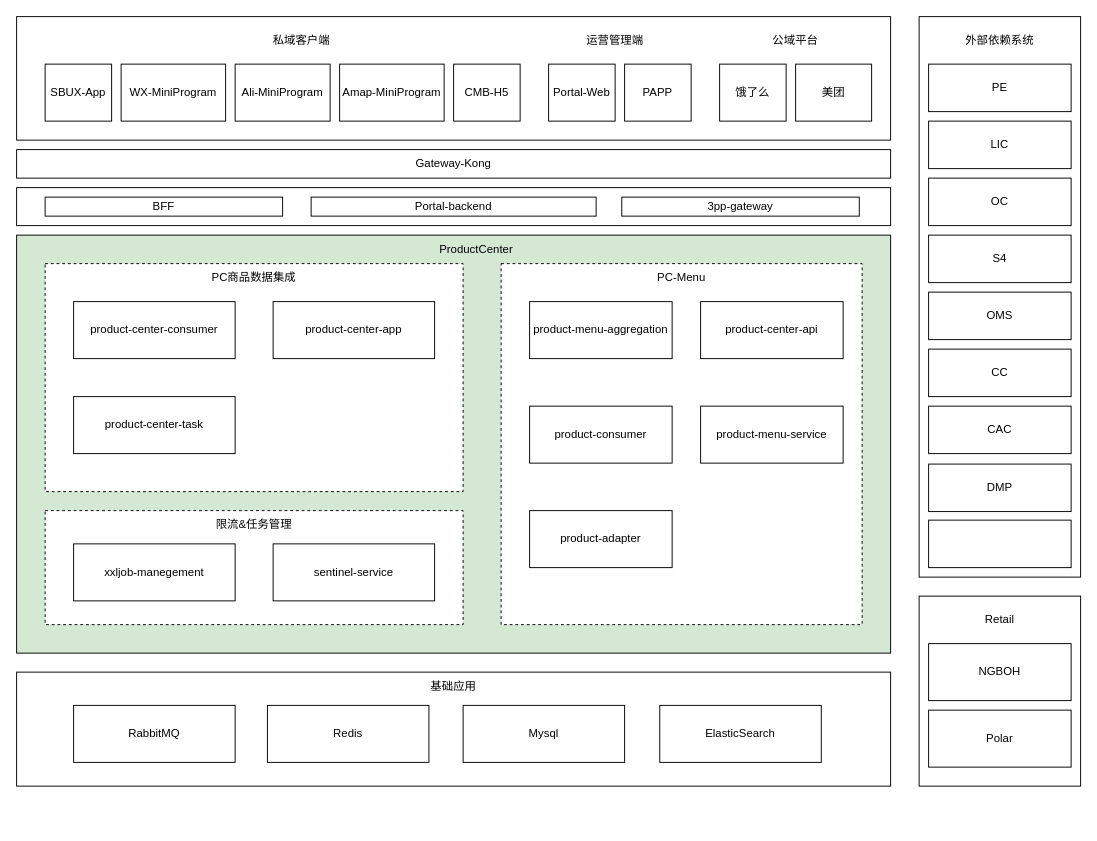
This is PC2.0技术架构.drawio from alexzhang2015/PC2.0, a draw.io file, before an edit. Source tidied: cells renumbered, new cells numbered last; positions are measured from the earlier drawing's top-left corner, leaving out a move shared by most shapes. Both pictures are drawn from the tidied source at 95%, with x=0, y=0 at pixel (16, 16).
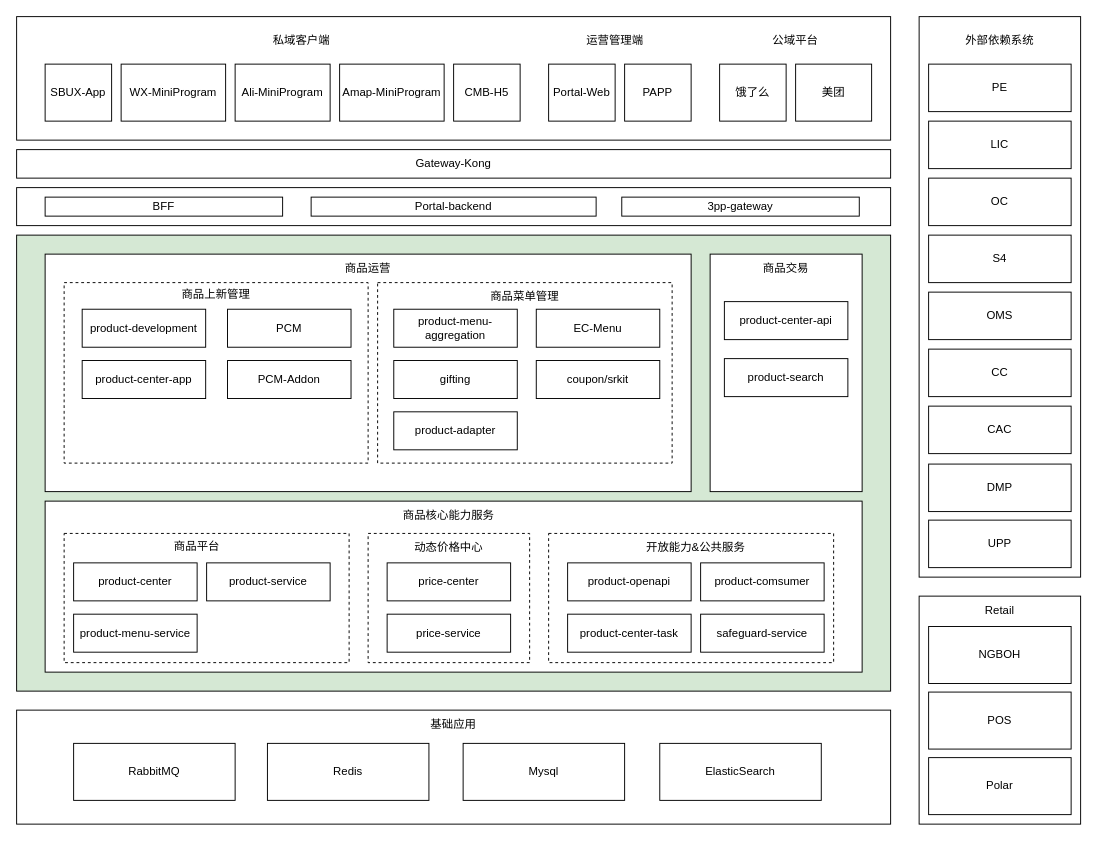
The same page after the edit.

Commit message:
更新PC2.0技术架构.drawio

Change to the diagram source:
```diff
@@
     <mxCell id="2" style="rounded=0;whiteSpace=wrap;html=1;fillColor=#D5E8D4;" parent="1" vertex="1">
-      <mxGeometry y="230" width="920" height="440" as="geometry" />
+      <mxGeometry y="230" width="920" height="480" as="geometry" />
     </mxCell>
-    <mxCell id="3" style="rounded=0;whiteSpace=wrap;html=1;dashed=1;" parent="1" vertex="1">
-      <mxGeometry x="510" y="260" width="380" height="380" as="geometry" />
+    <mxCell id="3" style="rounded=0;whiteSpace=wrap;html=1;" parent="1" vertex="1">
+      <mxGeometry x="730" y="250" width="160" height="250" as="geometry" />
     </mxCell>
-    <mxCell id="4" style="rounded=0;whiteSpace=wrap;html=1;dashed=1;" parent="1" vertex="1">
-      <mxGeometry x="30" y="260" width="440" height="240" as="geometry" />
+    <mxCell id="4" style="rounded=0;whiteSpace=wrap;html=1;" parent="1" vertex="1">
+      <mxGeometry x="30" y="250" width="680" height="250" as="geometry" />
     </mxCell>
-    <mxCell id="5" value="product-center-api" style="rounded=0;whiteSpace=wrap;html=1;" parent="1" vertex="1">
-      <mxGeometry x="720" y="300" width="150" height="60" as="geometry" />
-    </mxCell>
-    <mxCell id="6" value="product-menu-service" style="rounded=0;whiteSpace=wrap;html=1;" parent="1" vertex="1">
-      <mxGeometry x="720" y="410" width="150" height="60" as="geometry" />
-    </mxCell>
-    <mxCell id="7" value="product-menu-aggregation" style="rounded=0;whiteSpace=wrap;html=1;" parent="1" vertex="1">
-      <mxGeometry x="540" y="300" width="150" height="60" as="geometry" />
-    </mxCell>
-    <mxCell id="8" value="product-consumer" style="rounded=0;whiteSpace=wrap;html=1;" parent="1" vertex="1">
-      <mxGeometry x="540" y="410" width="150" height="60" as="geometry" />
-    </mxCell>
-    <mxCell id="9" value="product-adapter" style="rounded=0;whiteSpace=wrap;html=1;" parent="1" vertex="1">
-      <mxGeometry x="540" y="520" width="150" height="60" as="geometry" />
-    </mxCell>
-    <mxCell id="10" value="product-center-consumer" style="rounded=0;whiteSpace=wrap;html=1;" parent="1" vertex="1">
-      <mxGeometry x="60" y="300" width="170" height="60" as="geometry" />
-    </mxCell>
-    <mxCell id="11" value="product-center-app" style="rounded=0;whiteSpace=wrap;html=1;" parent="1" vertex="1">
-      <mxGeometry x="270" y="300" width="170" height="60" as="geometry" />
-    </mxCell>
-    <mxCell id="12" value="product-center-task" style="rounded=0;whiteSpace=wrap;html=1;" parent="1" vertex="1">
-      <mxGeometry x="60" y="400" width="170" height="60" as="geometry" />
-    </mxCell>
-    <mxCell id="13" style="rounded=0;whiteSpace=wrap;html=1;dashed=1;" parent="1" vertex="1">
-      <mxGeometry x="30" y="520" width="440" height="120" as="geometry" />
+    <mxCell id="13" style="rounded=0;whiteSpace=wrap;html=1;" parent="1" vertex="1">
+      <mxGeometry x="30" y="510" width="860" height="180" as="geometry" />
     </mxCell>
-    <mxCell id="14" value="xxljob-manegement" style="rounded=0;whiteSpace=wrap;html=1;" parent="1" vertex="1">
-      <mxGeometry x="60" y="555" width="170" height="60" as="geometry" />
-    </mxCell>
-    <mxCell id="15" value="sentinel-service" style="rounded=0;whiteSpace=wrap;html=1;" parent="1" vertex="1">
-      <mxGeometry x="270" y="555" width="170" height="60" as="geometry" />
-    </mxCell>
     <mxCell id="16" style="rounded=0;whiteSpace=wrap;html=1;" parent="1" vertex="1">
-      <mxGeometry y="690" width="920" height="120" as="geometry" />
+      <mxGeometry y="730" width="920" height="120" as="geometry" />
     </mxCell>
     <mxCell id="17" value="RabbitMQ" style="rounded=0;whiteSpace=wrap;html=1;" parent="1" vertex="1">
-      <mxGeometry x="60" y="725" width="170" height="60" as="geometry" />
+      <mxGeometry x="60" y="765" width="170" height="60" as="geometry" />
     </mxCell>
     <mxCell id="18" value="Redis" style="rounded=0;whiteSpace=wrap;html=1;" parent="1" vertex="1">
-      <mxGeometry x="264" y="725" width="170" height="60" as="geometry" />
+      <mxGeometry x="264" y="765" width="170" height="60" as="geometry" />
     </mxCell>
     <mxCell id="19" value="Mysql" style="rounded=0;whiteSpace=wrap;html=1;" parent="1" vertex="1">
-      <mxGeometry x="470" y="725" width="170" height="60" as="geometry" />
+      <mxGeometry x="470" y="765" width="170" height="60" as="geometry" />
     </mxCell>
     <mxCell id="20" value="ElasticSearch" style="rounded=0;whiteSpace=wrap;html=1;" parent="1" vertex="1">
-      <mxGeometry x="677" y="725" width="170" height="60" as="geometry" />
+      <mxGeometry x="677" y="765" width="170" height="60" as="geometry" />
     </mxCell>
-    <mxCell id="21" value="PC商品数据集成" style="text;html=1;align=center;verticalAlign=middle;whiteSpace=wrap;rounded=0;" parent="1" vertex="1">
-      <mxGeometry x="200" y="260" width="100" height="30" as="geometry" />
+    <mxCell id="21" value="商品运营" style="text;html=1;align=center;verticalAlign=middle;whiteSpace=wrap;rounded=0;" parent="1" vertex="1">
+      <mxGeometry x="320" y="250" width="100" height="30" as="geometry" />
     </mxCell>
-    <mxCell id="22" value="PC-Menu" style="text;html=1;align=center;verticalAlign=middle;whiteSpace=wrap;rounded=0;" parent="1" vertex="1">
-      <mxGeometry x="650" y="260" width="100" height="30" as="geometry" />
+    <mxCell id="22" value="商品交易" style="text;html=1;align=center;verticalAlign=middle;whiteSpace=wrap;rounded=0;" parent="1" vertex="1">
+      <mxGeometry x="760" y="250" width="100" height="30" as="geometry" />
     </mxCell>
-    <mxCell id="23" value="限流&amp;amp;任务管理" style="text;html=1;align=center;verticalAlign=middle;whiteSpace=wrap;rounded=0;" parent="1" vertex="1">
-      <mxGeometry x="200" y="520" width="100" height="30" as="geometry" />
+    <mxCell id="23" value="商品核心能力服务" style="text;html=1;align=center;verticalAlign=middle;whiteSpace=wrap;rounded=0;" parent="1" vertex="1">
+      <mxGeometry x="405" y="510" width="100" height="30" as="geometry" />
     </mxCell>
     <mxCell id="24" value="基础应用" style="text;html=1;align=center;verticalAlign=middle;whiteSpace=wrap;rounded=0;" parent="1" vertex="1">
-      <mxGeometry x="410" y="690" width="100" height="30" as="geometry" />
+      <mxGeometry x="410" y="730" width="100" height="30" as="geometry" />
     </mxCell>
@@
     <mxCell id="40" style="rounded=0;whiteSpace=wrap;html=1;" parent="1" vertex="1">
-      <mxGeometry x="950" y="610" width="170" height="200" as="geometry" />
+      <mxGeometry x="950" y="610" width="170" height="240" as="geometry" />
     </mxCell>
     <mxCell id="41" value="NGBOH" style="rounded=0;whiteSpace=wrap;html=1;" parent="1" vertex="1">
-      <mxGeometry x="960" y="660" width="150" height="60" as="geometry" />
+      <mxGeometry x="960" y="642" width="150" height="60" as="geometry" />
     </mxCell>
     <mxCell id="42" value="Polar" style="rounded=0;whiteSpace=wrap;html=1;" parent="1" vertex="1">
-      <mxGeometry x="960" y="730" width="150" height="60" as="geometry" />
+      <mxGeometry x="960" y="780" width="150" height="60" as="geometry" />
     </mxCell>
@@
-    <mxCell id="56" style="rounded=0;whiteSpace=wrap;html=1;" parent="1" vertex="1">
+    <mxCell id="56" value="UPP" style="rounded=0;whiteSpace=wrap;html=1;" parent="1" vertex="1">
       <mxGeometry x="960" y="530" width="150" height="50" as="geometry" />
     </mxCell>
-    <mxCell id="57" value="ProductCenter" style="text;html=1;align=center;verticalAlign=middle;whiteSpace=wrap;rounded=0;" parent="1" vertex="1">
-      <mxGeometry x="434" y="230" width="100" height="30" as="geometry" />
-    </mxCell>
     <mxCell id="58" value="Retail" style="text;html=1;align=center;verticalAlign=middle;whiteSpace=wrap;rounded=0;" parent="1" vertex="1">
-      <mxGeometry x="985" y="620" width="100" height="30" as="geometry" />
+      <mxGeometry x="985" y="610" width="100" height="30" as="geometry" />
     </mxCell>
+    <mxCell id="59" style="rounded=0;whiteSpace=wrap;html=1;dashed=1;" parent="1" vertex="1">
+      <mxGeometry x="50" y="544" width="300" height="136" as="geometry" />
+    </mxCell>
+    <mxCell id="14" value="product-center" style="rounded=0;whiteSpace=wrap;html=1;" parent="1" vertex="1">
+      <mxGeometry x="60" y="575" width="130" height="40" as="geometry" />
+    </mxCell>
+    <mxCell id="15" value="product-service" style="rounded=0;whiteSpace=wrap;html=1;" parent="1" vertex="1">
+      <mxGeometry x="200" y="575" width="130" height="40" as="geometry" />
+    </mxCell>
+    <mxCell id="6" value="product-menu-service" style="rounded=0;whiteSpace=wrap;html=1;" parent="1" vertex="1">
+      <mxGeometry x="60" y="629" width="130" height="40" as="geometry" />
+    </mxCell>
+    <mxCell id="60" style="rounded=0;whiteSpace=wrap;html=1;dashed=1;" parent="1" vertex="1">
+      <mxGeometry x="370" y="544" width="170" height="136" as="geometry" />
+    </mxCell>
+    <mxCell id="61" value="price-center" style="rounded=0;whiteSpace=wrap;html=1;" parent="1" vertex="1">
+      <mxGeometry x="390" y="575" width="130" height="40" as="geometry" />
+    </mxCell>
+    <mxCell id="62" value="price-service" style="rounded=0;whiteSpace=wrap;html=1;" parent="1" vertex="1">
+      <mxGeometry x="390" y="629" width="130" height="40" as="geometry" />
+    </mxCell>
+    <mxCell id="63" style="rounded=0;whiteSpace=wrap;html=1;dashed=1;" parent="1" vertex="1">
+      <mxGeometry x="560" y="544" width="300" height="136" as="geometry" />
+    </mxCell>
+    <mxCell id="64" value="product-openapi" style="rounded=0;whiteSpace=wrap;html=1;" parent="1" vertex="1">
+      <mxGeometry x="580" y="575" width="130" height="40" as="geometry" />
+    </mxCell>
+    <mxCell id="65" value="product-comsumer" style="rounded=0;whiteSpace=wrap;html=1;" parent="1" vertex="1">
+      <mxGeometry x="720" y="575" width="130" height="40" as="geometry" />
+    </mxCell>
+    <mxCell id="12" value="product-center-task" style="rounded=0;whiteSpace=wrap;html=1;" parent="1" vertex="1">
+      <mxGeometry x="580" y="629" width="130" height="40" as="geometry" />
+    </mxCell>
+    <mxCell id="66" value="safeguard-service" style="rounded=0;whiteSpace=wrap;html=1;" parent="1" vertex="1">
+      <mxGeometry x="720" y="629" width="130" height="40" as="geometry" />
+    </mxCell>
+    <mxCell id="5" value="product-center-api" style="rounded=0;whiteSpace=wrap;html=1;" parent="1" vertex="1">
+      <mxGeometry x="745" y="300" width="130" height="40" as="geometry" />
+    </mxCell>
+    <mxCell id="67" value="product-search" style="rounded=0;whiteSpace=wrap;html=1;" parent="1" vertex="1">
+      <mxGeometry x="745" y="360" width="130" height="40" as="geometry" />
+    </mxCell>
+    <mxCell id="68" style="rounded=0;whiteSpace=wrap;html=1;dashed=1;" parent="1" vertex="1">
+      <mxGeometry x="50" y="280" width="320" height="190" as="geometry" />
+    </mxCell>
+    <mxCell id="69" style="rounded=0;whiteSpace=wrap;html=1;dashed=1;" parent="1" vertex="1">
+      <mxGeometry x="380" y="280" width="310" height="190" as="geometry" />
+    </mxCell>
+    <mxCell id="10" value="product-development" style="rounded=0;whiteSpace=wrap;html=1;" parent="1" vertex="1">
+      <mxGeometry x="69" y="308" width="130" height="40" as="geometry" />
+    </mxCell>
+    <mxCell id="11" value="product-center-app" style="rounded=0;whiteSpace=wrap;html=1;" parent="1" vertex="1">
+      <mxGeometry x="69" y="362" width="130" height="40" as="geometry" />
+    </mxCell>
+    <mxCell id="70" value="PCM" style="rounded=0;whiteSpace=wrap;html=1;" parent="1" vertex="1">
+      <mxGeometry x="222" y="308" width="130" height="40" as="geometry" />
+    </mxCell>
+    <mxCell id="71" value="PCM-Addon" style="rounded=0;whiteSpace=wrap;html=1;" parent="1" vertex="1">
+      <mxGeometry x="222" y="362" width="130" height="40" as="geometry" />
+    </mxCell>
+    <mxCell id="7" value="product-menu-aggregation" style="rounded=0;whiteSpace=wrap;html=1;" parent="1" vertex="1">
+      <mxGeometry x="397" y="308" width="130" height="40" as="geometry" />
+    </mxCell>
+    <mxCell id="72" value="EC-Menu" style="rounded=0;whiteSpace=wrap;html=1;" parent="1" vertex="1">
+      <mxGeometry x="547" y="308" width="130" height="40" as="geometry" />
+    </mxCell>
+    <mxCell id="9" value="product-adapter" style="rounded=0;whiteSpace=wrap;html=1;" parent="1" vertex="1">
+      <mxGeometry x="397" y="416" width="130" height="40" as="geometry" />
+    </mxCell>
+    <mxCell id="73" value="coupon/srkit" style="rounded=0;whiteSpace=wrap;html=1;" parent="1" vertex="1">
+      <mxGeometry x="547" y="362" width="130" height="40" as="geometry" />
+    </mxCell>
+    <mxCell id="74" value="gifting" style="rounded=0;whiteSpace=wrap;html=1;" parent="1" vertex="1">
+      <mxGeometry x="397" y="362" width="130" height="40" as="geometry" />
+    </mxCell>
+    <mxCell id="75" value="商品上新管理" style="text;html=1;align=center;verticalAlign=middle;whiteSpace=wrap;rounded=0;" parent="1" vertex="1">
+      <mxGeometry x="160" y="278" width="100" height="30" as="geometry" />
+    </mxCell>
+    <mxCell id="76" value="商品菜单管理" style="text;html=1;align=center;verticalAlign=middle;whiteSpace=wrap;rounded=0;" parent="1" vertex="1">
+      <mxGeometry x="485" y="280" width="100" height="30" as="geometry" />
+    </mxCell>
+    <mxCell id="77" value="POS" style="rounded=0;whiteSpace=wrap;html=1;" parent="1" vertex="1">
+      <mxGeometry x="960" y="711" width="150" height="60" as="geometry" />
+    </mxCell>
+    <mxCell id="78" value="商品平台" style="text;html=1;align=center;verticalAlign=middle;whiteSpace=wrap;rounded=0;" parent="1" vertex="1">
+      <mxGeometry x="140" y="543" width="100" height="30" as="geometry" />
+    </mxCell>
+    <mxCell id="79" value="动态价格中心" style="text;html=1;align=center;verticalAlign=middle;whiteSpace=wrap;rounded=0;" parent="1" vertex="1">
+      <mxGeometry x="405" y="544" width="100" height="30" as="geometry" />
+    </mxCell>
+    <mxCell id="80" value="开放能力&amp;amp;公共服务" style="text;html=1;align=center;verticalAlign=middle;whiteSpace=wrap;rounded=0;" parent="1" vertex="1">
+      <mxGeometry x="660" y="544" width="110" height="30" as="geometry" />
+    </mxCell>
```
